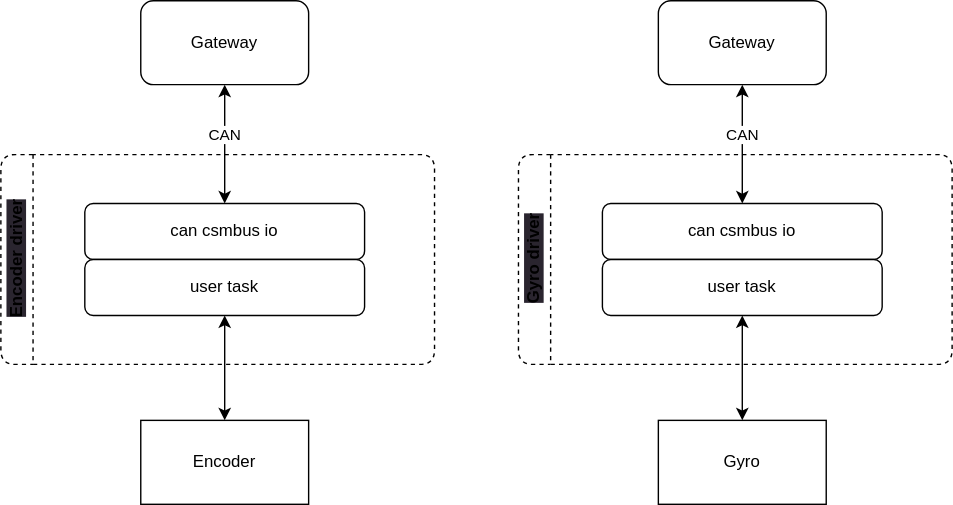
Above: docs/csmbus_device_stack.drawio.svg in Ayrton2718/CSMBus-Document (draw.io), before the change. Source tidied: cells renumbered, new cells last; positions are measured from the earlier drawing's top-left corner, leaving out a move shared by most shapes.
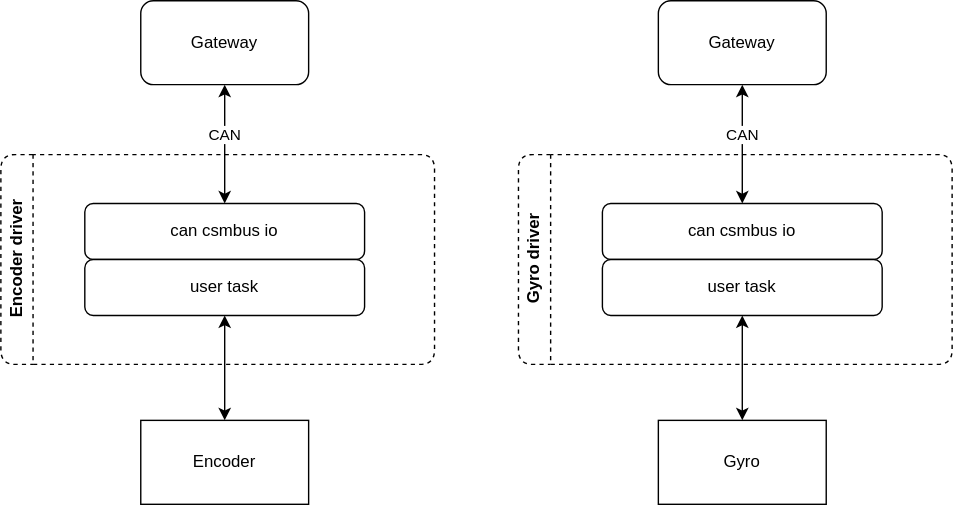
After the commit.

Diff of the diagram source:
```diff
@@ -2,7 +2,7 @@
   <root>
     <mxCell id="0" />
     <mxCell id="1" parent="0" />
-    <mxCell id="2" value="&lt;span style=&quot;background-color: rgb(42, 37, 47);&quot;&gt;Encoder&amp;nbsp;driver&lt;br&gt;&lt;/span&gt;" style="swimlane;horizontal=0;whiteSpace=wrap;html=1;rounded=1;dashed=1;" parent="1" vertex="1">
+    <mxCell id="2" value="Encoder&amp;nbsp;driver" style="swimlane;horizontal=0;whiteSpace=wrap;html=1;rounded=1;dashed=1;" parent="1" vertex="1">
       <mxGeometry y="110" width="310" height="150" as="geometry" />
     </mxCell>
     <mxCell id="3" value="can csmbus io" style="rounded=1;whiteSpace=wrap;html=1;horizontal=1;" parent="2" vertex="1">
@@ -23,7 +23,7 @@
     <mxCell id="8" style="edgeStyle=none;html=1;exitX=0.5;exitY=1;exitDx=0;exitDy=0;entryX=0.5;entryY=0;entryDx=0;entryDy=0;startArrow=classic;startFill=1;" parent="1" edge="1" source="4" target="7">
       <mxGeometry relative="1" as="geometry" />
     </mxCell>
-    <mxCell id="9" value="&lt;span style=&quot;background-color: rgb(42, 37, 47);&quot;&gt;Gyro&amp;nbsp;driver&lt;br&gt;&lt;/span&gt;" style="swimlane;horizontal=0;whiteSpace=wrap;html=1;rounded=1;dashed=1;" parent="1" vertex="1">
+    <mxCell id="9" value="Gyro&amp;nbsp;driver" style="swimlane;horizontal=0;whiteSpace=wrap;html=1;rounded=1;dashed=1;" parent="1" vertex="1">
       <mxGeometry x="370" y="110" width="310" height="150" as="geometry" />
     </mxCell>
     <mxCell id="10" value="can csmbus io" style="rounded=1;whiteSpace=wrap;html=1;horizontal=1;" parent="9" vertex="1">
```
